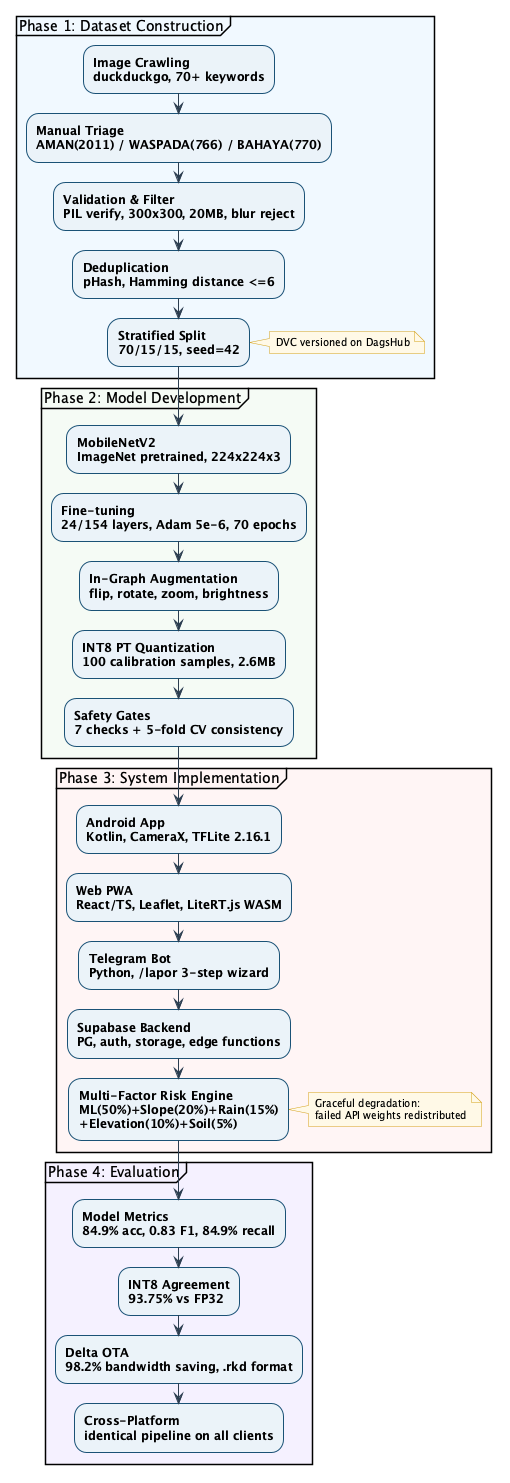
jaweed3/retakId keeps this PlantUML diagram as docs/tex/diagrams/research-methodology.png. Above is the earlier version. The source it was exported from:
```plantuml
@startuml
!define RECTANGLE_STYLE_LINE

skinparam backgroundColor White
skinparam ArrowColor #2c3e50
skinparam ArrowFontSize 11
skinparam activityBorderColor #1a5276
skinparam activityBackgroundColor #eaf2f8
skinparam activityBorderThickness 1
skinparam activityFontSize 12
skinparam activityFontStyle bold
skinparam activityShape roundRect
skinparam defaultTextColor #1a1a1a
skinparam noteBackgroundColor #fef9e7
skinparam noteBorderColor #d4a017
skinparam noteFontSize 10

partition "Phase 1: Dataset Construction" #f0f8ff {
  :Image Crawling\nduckduckgo, 70+ keywords;
  :Manual Triage\nAMAN(2011) / WASPADA(766) / BAHAYA(770);
  :Validation & Filter\nPIL verify, 300x300, 20MB, blur reject;
  :Deduplication\npHash, Hamming distance <=6;
  :Stratified Split\n70/15/15, seed=42;
  note right
    DVC versioned on DagsHub
  end note
}

partition "Phase 2: Model Development" #f5faf5 {
  :MobileNetV2\nImageNet pretrained, 224x224x3;
  :Fine-tuning\n24/154 layers, Adam 5e-6, 70 epochs;
  :In-Graph Augmentation\nflip, rotate, zoom, brightness;
  :INT8 PT Quantization\n100 calibration samples, 2.6MB;
  :Safety Gates\n7 checks + 5-fold CV consistency;
}

partition "Phase 3: System Implementation" #fff5f5 {
  :Android App\nKotlin, CameraX, TFLite 2.16.1;
  :Web PWA\nReact/TS, Leaflet, LiteRT.js WASM;
  :Telegram Bot\nPython, /lapor 3-step wizard;
  :Supabase Backend\nPG, auth, storage, edge functions;
  :Multi-Factor Risk Engine\nML(50%)+Slope(20%)+Rain(15%)\n+Elevation(10%)+Soil(5%);
  note right
    Graceful degradation:
    failed API weights redistributed
  end note
}

partition "Phase 4: Evaluation" #f5f0ff {
  :Model Metrics\n84.9% acc, 0.83 F1, 84.9% recall;
  :INT8 Agreement\n93.75% vs FP32;
  :Delta OTA\n98.2% bandwidth saving, .rkd format;
  :Cross-Platform\nidentical pipeline on all clients;
}

@enduml
```
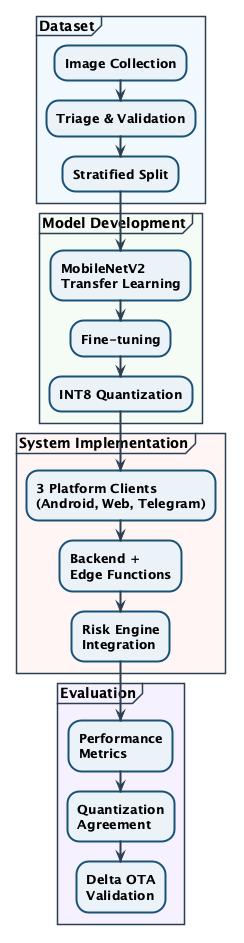
After the commit.

Commit message:
diagrams: simplify methodology flowchart to horizontal compact layout

Diff of the diagram source:
```diff
@@ -1,56 +1,39 @@
 @startuml
-!define RECTANGLE_STYLE_LINE
-
 skinparam backgroundColor White
 skinparam ArrowColor #2c3e50
-skinparam ArrowFontSize 11
+skinparam ArrowThickness 2
 skinparam activityBorderColor #1a5276
 skinparam activityBackgroundColor #eaf2f8
-skinparam activityBorderThickness 1
-skinparam activityFontSize 12
+skinparam activityBorderThickness 2
+skinparam activityFontSize 13
 skinparam activityFontStyle bold
 skinparam activityShape roundRect
 skinparam defaultTextColor #1a1a1a
-skinparam noteBackgroundColor #fef9e7
-skinparam noteBorderColor #d4a017
-skinparam noteFontSize 10
+skinparam partitionBorderColor #2c3e50
+skinparam partitionFontStyle bold
 
-partition "Phase 1: Dataset Construction" #f0f8ff {
-  :Image Crawling\nduckduckgo, 70+ keywords;
-  :Manual Triage\nAMAN(2011) / WASPADA(766) / BAHAYA(770);
-  :Validation & Filter\nPIL verify, 300x300, 20MB, blur reject;
-  :Deduplication\npHash, Hamming distance <=6;
-  :Stratified Split\n70/15/15, seed=42;
-  note right
-    DVC versioned on DagsHub
-  end note
+partition "Dataset" #f0f8ff {
+  :Image Collection;
+  :Triage & Validation;
+  :Stratified Split;
 }
 
-partition "Phase 2: Model Development" #f5faf5 {
-  :MobileNetV2\nImageNet pretrained, 224x224x3;
-  :Fine-tuning\n24/154 layers, Adam 5e-6, 70 epochs;
-  :In-Graph Augmentation\nflip, rotate, zoom, brightness;
-  :INT8 PT Quantization\n100 calibration samples, 2.6MB;
-  :Safety Gates\n7 checks + 5-fold CV consistency;
+partition "Model Development" #f5faf5 {
+  :MobileNetV2\nTransfer Learning;
+  :Fine-tuning;
+  :INT8 Quantization;
 }
 
-partition "Phase 3: System Implementation" #fff5f5 {
-  :Android App\nKotlin, CameraX, TFLite 2.16.1;
-  :Web PWA\nReact/TS, Leaflet, LiteRT.js WASM;
-  :Telegram Bot\nPython, /lapor 3-step wizard;
-  :Supabase Backend\nPG, auth, storage, edge functions;
-  :Multi-Factor Risk Engine\nML(50%)+Slope(20%)+Rain(15%)\n+Elevation(10%)+Soil(5%);
-  note right
-    Graceful degradation:
-    failed API weights redistributed
-  end note
+partition "System Implementation" #fff5f5 {
+  :3 Platform Clients\n(Android, Web, Telegram);
+  :Backend +\nEdge Functions;
+  :Risk Engine\nIntegration;
 }
 
-partition "Phase 4: Evaluation" #f5f0ff {
-  :Model Metrics\n84.9% acc, 0.83 F1, 84.9% recall;
-  :INT8 Agreement\n93.75% vs FP32;
-  :Delta OTA\n98.2% bandwidth saving, .rkd format;
-  :Cross-Platform\nidentical pipeline on all clients;
+partition "Evaluation" #f5f0ff {
+  :Performance\nMetrics;
+  :Quantization\nAgreement;
+  :Delta OTA\nValidation;
 }
 
 @enduml
```
